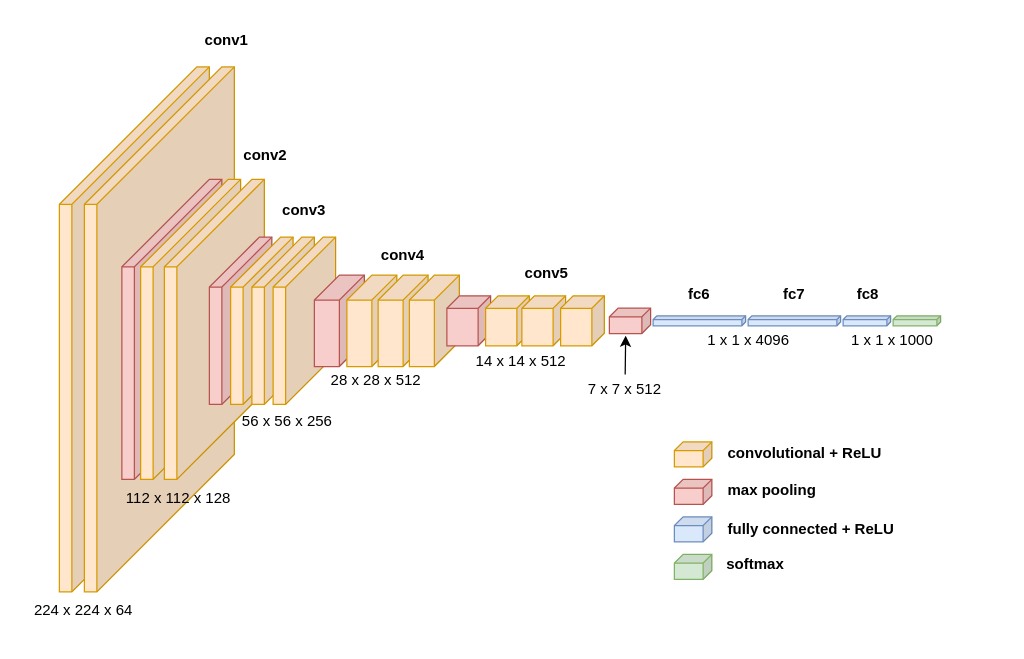
Above: vgg16_xml.drawio in SujitJustineBarwa/Azure_IoT_workspace (draw.io), before the change. Source tidied: cells renumbered, new cells numbered last; positions are measured from the earlier drawing's top-left corner, leaving out a move shared by most shapes. Both pictures are drawn from the tidied source at 125%, with x=0, y=0 at pixel (21, 21).
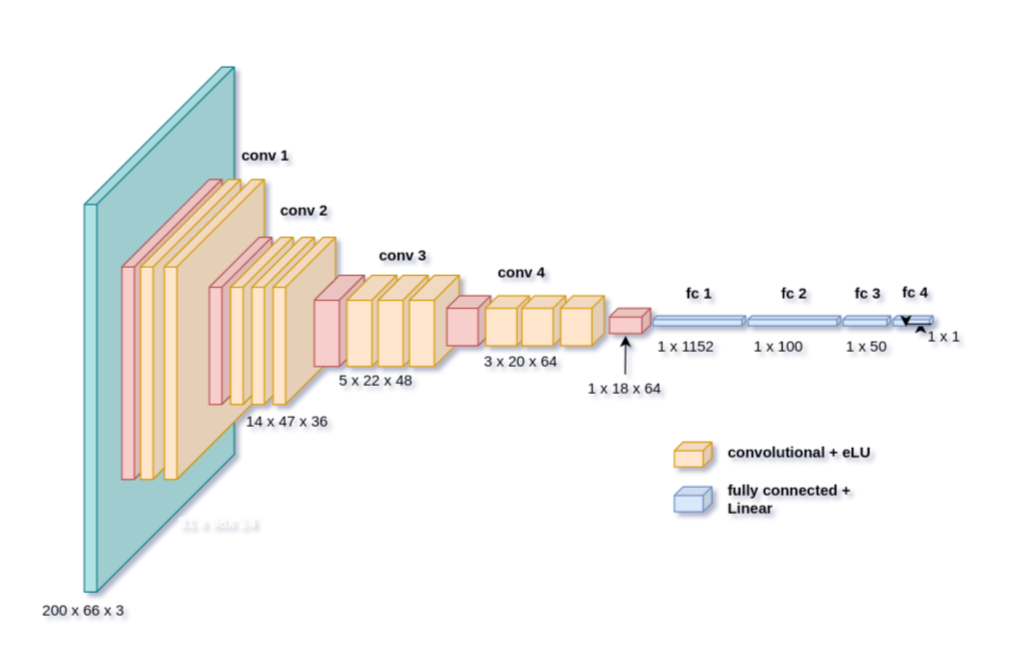
Above is the later version.

Change to the diagram source:
```diff
@@
-<mxGraphModel>
+<mxGraphModel shadow="1">
@@
-    <mxCell id="2" style="shape=cube;whiteSpace=wrap;html=1;boundedLbl=1;backgroundOutline=1;darkOpacity=0.05;darkOpacity2=0.1;size=110;direction=east;flipH=1;fillColor=#ffe6cc;strokeColor=#d79b00;" parent="1" vertex="1">
-      <mxGeometry x="30" y="36" width="120" height="420" as="geometry" />
-    </mxCell>
-    <mxCell id="3" style="shape=cube;whiteSpace=wrap;html=1;boundedLbl=1;backgroundOutline=1;darkOpacity=0.05;darkOpacity2=0.1;size=110;direction=east;flipH=1;fillColor=#ffe6cc;strokeColor=#d79b00;" parent="1" vertex="1">
+    <mxCell id="3" style="shape=cube;whiteSpace=wrap;html=1;boundedLbl=1;backgroundOutline=1;darkOpacity=0.05;darkOpacity2=0.1;size=110;direction=east;flipH=1;fillColor=#b0e3e6;strokeColor=#0e8088;" parent="1" vertex="1">
       <mxGeometry x="50" y="36" width="120" height="420" as="geometry" />
     </mxCell>
@@
-    <mxCell id="22" style="shape=cube;whiteSpace=wrap;html=1;boundedLbl=1;backgroundOutline=1;darkOpacity=0.05;darkOpacity2=0.1;size=7;direction=east;flipH=1;fillColor=#f8cecc;strokeColor=#b85450;" parent="1" vertex="1">
-      <mxGeometry x="522" y="366" width="30" height="20" as="geometry" />
-    </mxCell>
     <mxCell id="23" style="shape=cube;whiteSpace=wrap;html=1;boundedLbl=1;backgroundOutline=1;darkOpacity=0.05;darkOpacity2=0.1;size=7;direction=east;flipH=1;fillColor=#dae8fc;strokeColor=#6c8ebf;" parent="1" vertex="1">
-      <mxGeometry x="522" y="396" width="30" height="20" as="geometry" />
+      <mxGeometry x="522" y="371.9" width="30" height="20" as="geometry" />
     </mxCell>
-    <mxCell id="24" style="shape=cube;whiteSpace=wrap;html=1;boundedLbl=1;backgroundOutline=1;darkOpacity=0.05;darkOpacity2=0.1;size=3;direction=east;flipH=1;fillColor=#d5e8d4;strokeColor=#82b366;" parent="1" vertex="1">
-      <mxGeometry x="697" y="235.1" width="38" height="8" as="geometry" />
-    </mxCell>
-    <mxCell id="25" style="shape=cube;whiteSpace=wrap;html=1;boundedLbl=1;backgroundOutline=1;darkOpacity=0.05;darkOpacity2=0.1;size=7;direction=east;flipH=1;fillColor=#d5e8d4;strokeColor=#82b366;" parent="1" vertex="1">
-      <mxGeometry x="522" y="426" width="30" height="20" as="geometry" />
-    </mxCell>
-    <mxCell id="26" value="&lt;b&gt;conv1&lt;/b&gt;" style="text;html=1;strokeColor=none;fillColor=none;align=center;verticalAlign=middle;whiteSpace=wrap;rounded=0;" parent="1" vertex="1">
-      <mxGeometry x="144" width="40" height="30" as="geometry" />
-    </mxCell>
-    <mxCell id="27" value="&lt;b&gt;conv2&lt;/b&gt;" style="text;html=1;strokeColor=none;fillColor=none;align=center;verticalAlign=middle;whiteSpace=wrap;rounded=0;" parent="1" vertex="1">
+    <mxCell id="27" value="&lt;b&gt;conv 1&lt;br&gt;&lt;/b&gt;" style="text;html=1;strokeColor=none;fillColor=none;align=center;verticalAlign=middle;whiteSpace=wrap;rounded=0;" parent="1" vertex="1">
       <mxGeometry x="175" y="92" width="40" height="30" as="geometry" />
     </mxCell>
-    <mxCell id="28" value="&lt;b&gt;conv3&lt;/b&gt;" style="text;html=1;strokeColor=none;fillColor=none;align=center;verticalAlign=middle;whiteSpace=wrap;rounded=0;" parent="1" vertex="1">
+    <mxCell id="28" value="&lt;b&gt;conv 2&lt;br&gt;&lt;/b&gt;" style="text;html=1;strokeColor=none;fillColor=none;align=center;verticalAlign=middle;whiteSpace=wrap;rounded=0;" parent="1" vertex="1">
       <mxGeometry x="206" y="136" width="40" height="30" as="geometry" />
     </mxCell>
-    <mxCell id="29" value="&lt;b&gt;conv4&lt;/b&gt;" style="text;html=1;strokeColor=none;fillColor=none;align=center;verticalAlign=middle;whiteSpace=wrap;rounded=0;" parent="1" vertex="1">
+    <mxCell id="29" value="&lt;b&gt;conv 3&lt;br&gt;&lt;/b&gt;" style="text;html=1;strokeColor=none;fillColor=none;align=center;verticalAlign=middle;whiteSpace=wrap;rounded=0;" parent="1" vertex="1">
       <mxGeometry x="285" y="172.2" width="40" height="30" as="geometry" />
     </mxCell>
-    <mxCell id="30" value="&lt;b&gt;conv5&lt;/b&gt;" style="text;html=1;strokeColor=none;fillColor=none;align=center;verticalAlign=middle;whiteSpace=wrap;rounded=0;" parent="1" vertex="1">
-      <mxGeometry x="400" y="186" width="40" height="30" as="geometry" />
+    <mxCell id="30" value="&lt;b&gt;conv 4&lt;br&gt;&lt;/b&gt;" style="text;html=1;strokeColor=none;fillColor=none;align=center;verticalAlign=middle;whiteSpace=wrap;rounded=0;" parent="1" vertex="1">
+      <mxGeometry x="379.5" y="186" width="40" height="30" as="geometry" />
     </mxCell>
-    <mxCell id="31" value="&lt;b&gt;fc6&lt;/b&gt;" style="text;html=1;strokeColor=none;fillColor=none;align=center;verticalAlign=middle;whiteSpace=wrap;rounded=0;" parent="1" vertex="1">
+    <mxCell id="31" value="&lt;b&gt;fc 1&lt;br&gt;&lt;/b&gt;" style="text;html=1;strokeColor=none;fillColor=none;align=center;verticalAlign=middle;whiteSpace=wrap;rounded=0;" parent="1" vertex="1">
       <mxGeometry x="522" y="202.6" width="40" height="30" as="geometry" />
     </mxCell>
-    <mxCell id="32" value="&lt;b&gt;fc7&lt;/b&gt;" style="text;html=1;strokeColor=none;fillColor=none;align=center;verticalAlign=middle;whiteSpace=wrap;rounded=0;" parent="1" vertex="1">
+    <mxCell id="32" value="&lt;b&gt;fc 2&lt;br&gt;&lt;/b&gt;" style="text;html=1;strokeColor=none;fillColor=none;align=center;verticalAlign=middle;whiteSpace=wrap;rounded=0;" parent="1" vertex="1">
       <mxGeometry x="598" y="202.6" width="40" height="30" as="geometry" />
     </mxCell>
-    <mxCell id="33" value="&lt;b&gt;fc8&lt;/b&gt;" style="text;html=1;strokeColor=none;fillColor=none;align=center;verticalAlign=middle;whiteSpace=wrap;rounded=0;" parent="1" vertex="1">
+    <mxCell id="33" value="&lt;b&gt;fc 3&lt;br&gt;&lt;/b&gt;" style="text;html=1;strokeColor=none;fillColor=none;align=center;verticalAlign=middle;whiteSpace=wrap;rounded=0;" parent="1" vertex="1">
       <mxGeometry x="657" y="202.6" width="40" height="30" as="geometry" />
     </mxCell>
-    <mxCell id="34" value="224 x 224 x 64" style="text;html=1;strokeColor=none;fillColor=none;align=center;verticalAlign=middle;whiteSpace=wrap;rounded=0;" parent="1" vertex="1">
+    <mxCell id="34" value="200 x 66 x 3" style="text;html=1;strokeColor=none;fillColor=none;align=center;verticalAlign=middle;whiteSpace=wrap;rounded=0;" parent="1" vertex="1">
       <mxGeometry y="456" width="99" height="30" as="geometry" />
     </mxCell>
-    <mxCell id="35" value="112 x 112 x 128" style="text;html=1;strokeColor=none;fillColor=none;align=center;verticalAlign=middle;whiteSpace=wrap;rounded=0;" parent="1" vertex="1">
-      <mxGeometry x="76" y="366" width="99" height="30" as="geometry" />
+    <mxCell id="35" value="&lt;font color=&quot;#ffffff&quot;&gt;31 x 98x 24&lt;/font&gt;" style="text;html=1;strokeColor=none;fillColor=none;align=center;verticalAlign=middle;whiteSpace=wrap;rounded=0;" parent="1" vertex="1">
+      <mxGeometry x="107" y="386" width="99" height="30" as="geometry" />
     </mxCell>
-    <mxCell id="36" value="56 x 56 x 256" style="text;html=1;strokeColor=none;fillColor=none;align=center;verticalAlign=middle;whiteSpace=wrap;rounded=0;" parent="1" vertex="1">
+    <mxCell id="36" value="14 x 47 x 36" style="text;html=1;strokeColor=none;fillColor=none;align=center;verticalAlign=middle;whiteSpace=wrap;rounded=0;" parent="1" vertex="1">
       <mxGeometry x="163" y="305" width="99" height="30" as="geometry" />
     </mxCell>
-    <mxCell id="37" value="28 x 28 x 512" style="text;html=1;strokeColor=none;fillColor=none;align=center;verticalAlign=middle;whiteSpace=wrap;rounded=0;" parent="1" vertex="1">
+    <mxCell id="37" value="5 x 22 x 48" style="text;html=1;strokeColor=none;fillColor=none;align=center;verticalAlign=middle;whiteSpace=wrap;rounded=0;" parent="1" vertex="1">
       <mxGeometry x="234" y="272" width="99" height="30" as="geometry" />
     </mxCell>
-    <mxCell id="38" value="14 x 14 x 512" style="text;html=1;strokeColor=none;fillColor=none;align=center;verticalAlign=middle;whiteSpace=wrap;rounded=0;" parent="1" vertex="1">
+    <mxCell id="38" value="3 x 20 x 64" style="text;html=1;strokeColor=none;fillColor=none;align=center;verticalAlign=middle;whiteSpace=wrap;rounded=0;" parent="1" vertex="1">
       <mxGeometry x="350" y="257.1" width="99" height="30" as="geometry" />
     </mxCell>
@@
-    <mxCell id="41" value="7 x 7 x 512" style="text;html=1;strokeColor=none;fillColor=none;align=center;verticalAlign=middle;whiteSpace=wrap;rounded=0;" parent="1" vertex="1">
+    <mxCell id="41" value="1 x 18 x 64" style="text;html=1;strokeColor=none;fillColor=none;align=center;verticalAlign=middle;whiteSpace=wrap;rounded=0;" parent="1" vertex="1">
       <mxGeometry x="433" y="282.1" width="99" height="23.9" as="geometry" />
     </mxCell>
@@
-    <mxCell id="43" value="1 x 1 x 4096" style="text;html=1;strokeColor=none;fillColor=none;align=center;verticalAlign=middle;whiteSpace=wrap;rounded=0;" parent="1" vertex="1">
-      <mxGeometry x="532" y="243.1" width="99" height="24" as="geometry" />
+    <mxCell id="43" value="1 x 1152" style="text;html=1;strokeColor=none;fillColor=none;align=center;verticalAlign=middle;whiteSpace=wrap;rounded=0;" parent="1" vertex="1">
+      <mxGeometry x="482" y="248" width="99" height="24" as="geometry" />
     </mxCell>
-    <mxCell id="44" value="1 x 1 x 1000" style="text;html=1;strokeColor=none;fillColor=none;align=center;verticalAlign=middle;whiteSpace=wrap;rounded=0;" parent="1" vertex="1">
-      <mxGeometry x="647" y="243.1" width="99" height="24" as="geometry" />
+    <mxCell id="44" value="1 x 100" style="text;html=1;strokeColor=none;fillColor=none;align=center;verticalAlign=middle;whiteSpace=wrap;rounded=0;" parent="1" vertex="1">
+      <mxGeometry x="556" y="248" width="99" height="24" as="geometry" />
     </mxCell>
-    <mxCell id="45" value="convolutional + ReLU" style="text;html=1;strokeColor=none;fillColor=none;align=left;verticalAlign=middle;whiteSpace=wrap;rounded=0;fontStyle=1;" parent="1" vertex="1">
+    <mxCell id="45" value="convolutional + eLU" style="text;html=1;strokeColor=none;fillColor=none;align=left;verticalAlign=middle;whiteSpace=wrap;rounded=0;fontStyle=1;" parent="1" vertex="1">
       <mxGeometry x="563" y="333.1" width="138" height="23.9" as="geometry" />
     </mxCell>
-    <mxCell id="46" value="max pooling" style="text;html=1;strokeColor=none;fillColor=none;align=left;verticalAlign=middle;whiteSpace=wrap;rounded=0;fontStyle=1;" parent="1" vertex="1">
-      <mxGeometry x="563" y="363.1" width="138" height="23.9" as="geometry" />
-    </mxCell>
-    <mxCell id="47" value="fully connected + ReLU" style="text;html=1;strokeColor=none;fillColor=none;align=left;verticalAlign=middle;whiteSpace=wrap;rounded=0;fontStyle=1;" parent="1" vertex="1">
-      <mxGeometry x="563" y="394.1" width="138" height="23.9" as="geometry" />
+    <mxCell id="47" value="fully connected + Linear" style="text;html=1;strokeColor=none;fillColor=none;align=left;verticalAlign=middle;whiteSpace=wrap;rounded=0;fontStyle=1;" parent="1" vertex="1">
+      <mxGeometry x="563" y="370" width="138" height="23.9" as="geometry" />
     </mxCell>
-    <mxCell id="48" value="softmax" style="text;html=1;strokeColor=none;fillColor=none;align=left;verticalAlign=middle;whiteSpace=wrap;rounded=0;fontStyle=1;" parent="1" vertex="1">
-      <mxGeometry x="562" y="422.1" width="138" height="23.9" as="geometry" />
-    </mxCell>
+    <mxCell id="49" style="edgeStyle=orthogonalEdgeStyle;rounded=0;jettySize=auto;html=1;exitX=0;exitY=0;exitDx=20.5;exitDy=8;exitPerimeter=0;" parent="1" edge="1" source="50">
+      <mxGeometry relative="1" as="geometry">
+        <mxPoint x="719" y="240" as="targetPoint" />
+      </mxGeometry>
+    </mxCell>
+    <mxCell id="50" style="shape=cube;whiteSpace=wrap;html=1;boundedLbl=1;backgroundOutline=1;darkOpacity=0.05;darkOpacity2=0.1;size=3;direction=east;flipH=1;fillColor=#dae8fc;strokeColor=#6c8ebf;" parent="1" vertex="1">
+      <mxGeometry x="697" y="235.1" width="32" height="8" as="geometry" />
+    </mxCell>
+    <mxCell id="51" value="&lt;b&gt;fc 4&lt;br&gt;&lt;/b&gt;" style="text;html=1;strokeColor=none;fillColor=none;align=center;verticalAlign=middle;whiteSpace=wrap;rounded=0;" parent="1" vertex="1">
+      <mxGeometry x="695" y="202" width="40" height="30" as="geometry" />
+    </mxCell>
+    <mxCell id="52" style="edgeStyle=orthogonalEdgeStyle;rounded=0;orthogonalLoop=1;jettySize=auto;html=1;exitX=0;exitY=0;exitDx=1.5;exitDy=6.5;exitPerimeter=0;entryX=0.677;entryY=1.091;entryDx=0;entryDy=0;entryPerimeter=0;" parent="1" edge="1" source="50" target="50">
+      <mxGeometry relative="1" as="geometry" />
+    </mxCell>
+    <mxCell id="53" value="1 x 50" style="text;html=1;strokeColor=none;fillColor=none;align=center;verticalAlign=middle;whiteSpace=wrap;rounded=0;" parent="1" vertex="1">
+      <mxGeometry x="635.2" y="252.9" width="81.5" height="14.1" as="geometry" />
+    </mxCell>
+    <mxCell id="54" value="1 x 1" style="text;html=1;strokeColor=none;fillColor=none;align=center;verticalAlign=middle;whiteSpace=wrap;rounded=0;" parent="1" vertex="1">
+      <mxGeometry x="697" y="245" width="81.5" height="14.1" as="geometry" />
+    </mxCell>
```
